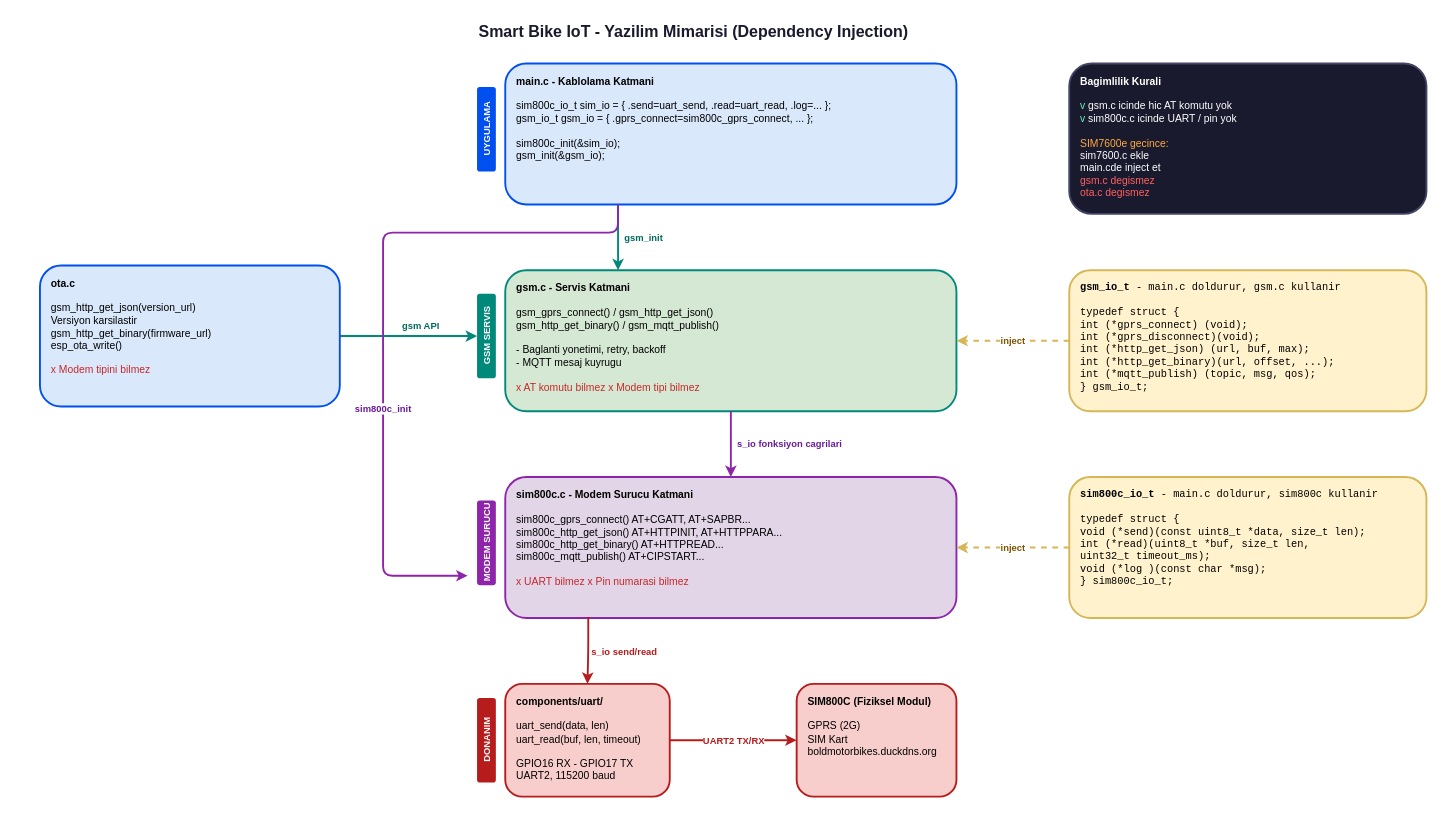
Above: docs/mimari_duzenlenmis.drawio in BasriSoylu/smart-bike-iot-idf (draw.io), before the change. Source tidied: cells renumbered, new cells numbered last; positions are measured from the earlier drawing's top-left corner, leaving out a move shared by most shapes. Both pictures are drawn from the tidied source at 94%, with x=0, y=0 at pixel (16, 16).
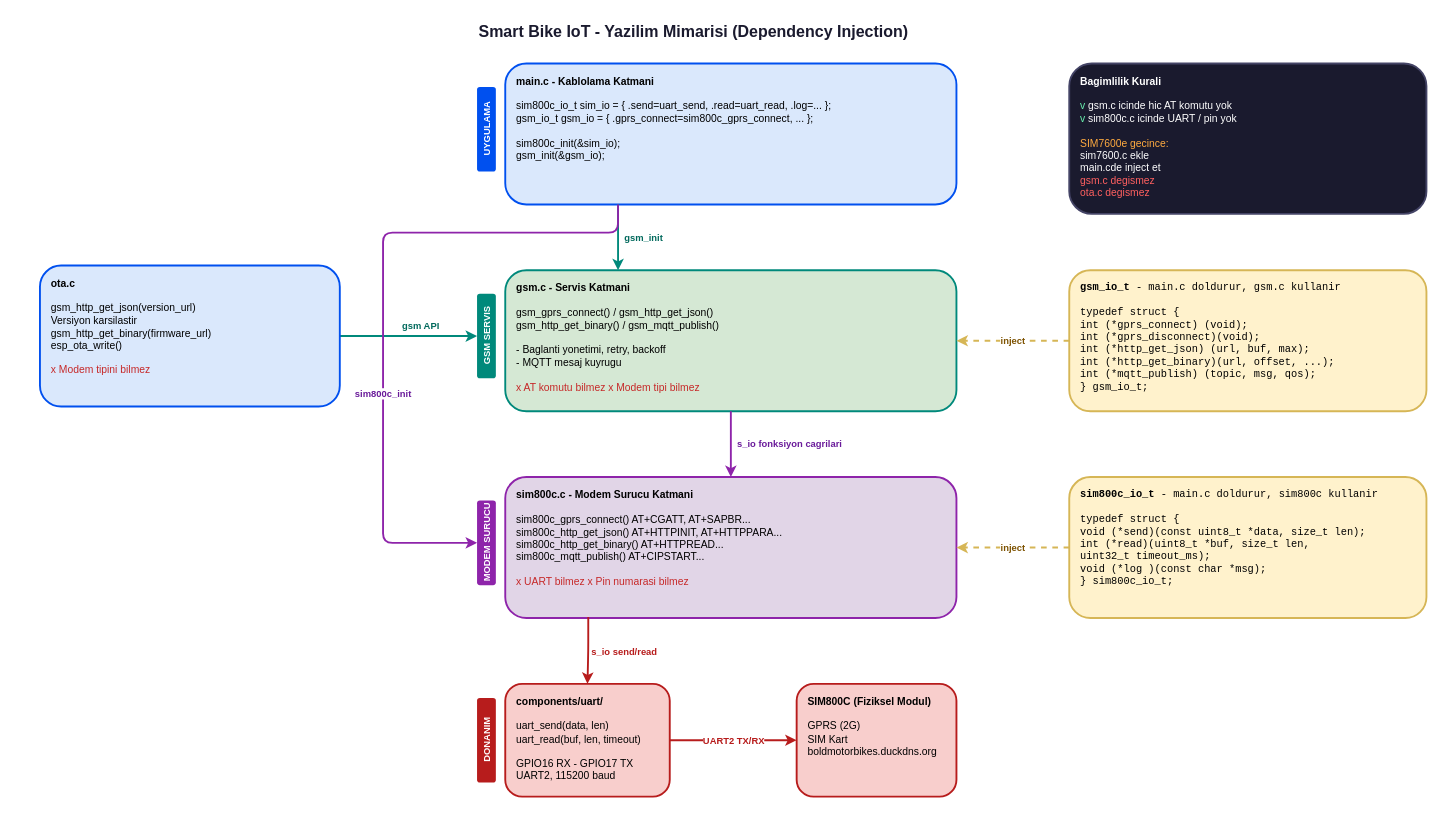
Above is the later version.

Unchanged cells that the change refers to:
```xml
<mxCell id="5" value="MODEM SURUCU" style="text;html=1;strokeColor=none;fillColor=#8e24aa;align=center;verticalAlign=middle;fontSize=10;fontStyle=1;fontColor=#ffffff;rotation=-90;rounded=1;" parent="1" vertex="1">
  <mxGeometry x="455" y="550" width="90" height="20" as="geometry" />
</mxCell>
<mxCell id="10" value="&lt;b&gt;main.c - Kablolama Katmani&lt;/b&gt;&lt;br&gt;&lt;br&gt;sim800c_io_t sim_io = { .send=uart_send, .read=uart_read, .log=... };&lt;br&gt;gsm_io_t gsm_io = { .gprs_connect=sim800c_gprs_connect, ... };&lt;br&gt;&lt;br&gt;sim800c_init(&amp;amp;sim_io);&lt;br&gt;gsm_init(&amp;amp;gsm_io);" style="rounded=1;whiteSpace=wrap;html=1;fillColor=#dae8fc;strokeColor=#0050ef;strokeWidth=2;align=left;spacingLeft=10;spacingTop=6;verticalAlign=top;fontSize=11;" parent="1" vertex="1">
  <mxGeometry x="520" y="50" width="480" height="150" as="geometry" />
</mxCell>
```

What changed in the source:
```diff
@@
-    <mxCell id="18" value="sim800c_init" style="edgeStyle=orthogonalEdgeStyle;html=1;strokeColor=#8e24aa;strokeWidth=2;fontColor=#6a1b9a;fontStyle=1;fontSize=10;exitX=0.25;exitY=1;exitDx=0;exitDy=0;entryX=0;entryY=0.5;entryDx=0;entryDy=0;" parent="1" edge="1" source="10">
+    <mxCell id="18" value="sim800c_init" style="edgeStyle=orthogonalEdgeStyle;html=1;strokeColor=#8e24aa;strokeWidth=2;fontColor=#6a1b9a;fontStyle=1;fontSize=10;exitX=0.25;exitY=1;exitDx=0;exitDy=0;entryX=0.5;entryY=0;entryDx=0;entryDy=0;" parent="1" edge="1" source="10" target="5">
       <mxGeometry x="0.27" relative="1" as="geometry">
-        <mxPoint x="480" y="595" as="targetPoint" />
         <Array as="points">
           <mxPoint x="640" y="230" />
           <mxPoint x="390" y="230" />
-          <mxPoint x="390" y="595" />
+          <mxPoint x="390" y="560" />
         </Array>
       </mxGeometry>
     </mxCell>
```
